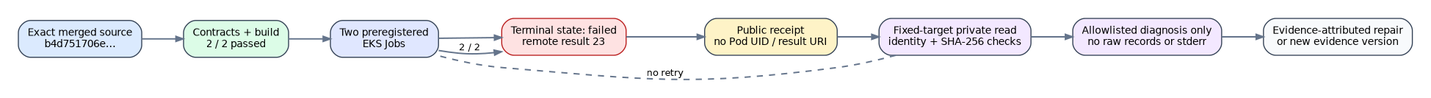
The Graphviz diagram research/ic_line_layout_tournament_20261031/reports/run-20261101T0121Z/failure-flow.png in isogeny-labs/crypto, before a commit. Its source is kept beside it as research/ic_line_layout_tournament_20261031/reports/run-20261101T0121Z/failure-flow.dot.
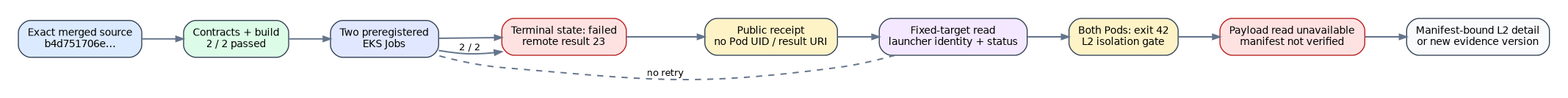
Above is the later version.

Commit message:
docs(ic): retain L2 failure diagnoses

Diff of the diagram source:
```diff
@@ -9,11 +9,12 @@
   jobs [label="Two preregistered\nEKS Jobs", fillcolor="#e0e7ff"];
   failed [label="Terminal state: failed\nremote result 23", fillcolor="#fee2e2", color="#b91c1c"];
   public [label="Public receipt\nno Pod UID / result URI", fillcolor="#fef3c7"];
-  diagnose [label="Fixed-target private read\nidentity + SHA-256 checks", fillcolor="#f3e8ff"];
-  summary [label="Allowlisted diagnosis only\nno raw records or stderr", fillcolor="#f3e8ff"];
-  decision [label="Evidence-attributed repair\nor new evidence version", fillcolor="#f8fafc"];
+  diagnose [label="Fixed-target read\nlauncher identity + status", fillcolor="#f3e8ff"];
+  summary [label="Both Pods: exit 42\nL2 isolation gate", fillcolor="#fef3c7"];
+  boundary [label="Payload read unavailable\nmanifest not verified", fillcolor="#fee2e2", color="#b91c1c"];
+  decision [label="Manifest-bound L2 detail\nor new evidence version", fillcolor="#f8fafc"];
 
-  source -> build -> jobs -> failed -> public -> diagnose -> summary -> decision;
+  source -> build -> jobs -> failed -> public -> diagnose -> summary -> boundary -> decision;
   jobs -> failed [label="2 / 2"];
   diagnose -> jobs [label="no retry", style=dashed, arrowhead=none, constraint=false];
 }
```
